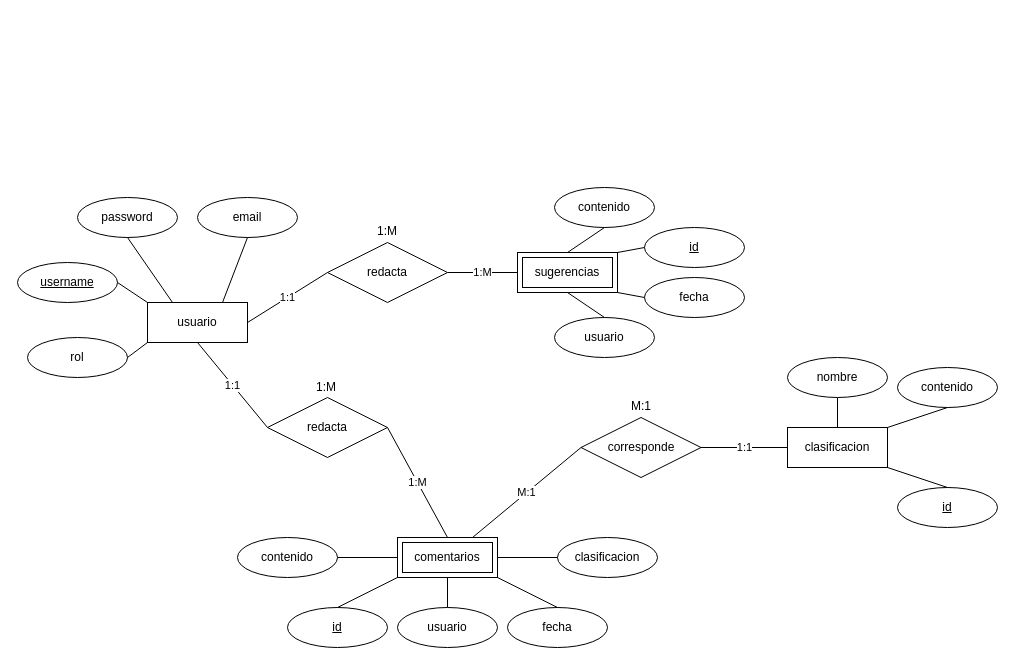
This is DOCUMENTACION/diagramas/entidadRelacion.drawio from cresb-49/PRACTICA-1-TEO1, a draw.io file, before an edit. Source tidied: cells renumbered, new cells numbered last; positions are measured from the earlier drawing's top-left corner, leaving out a move shared by most shapes. Both pictures are drawn from the tidied source at 100%, with x=0, y=0 at pixel (17, 187).
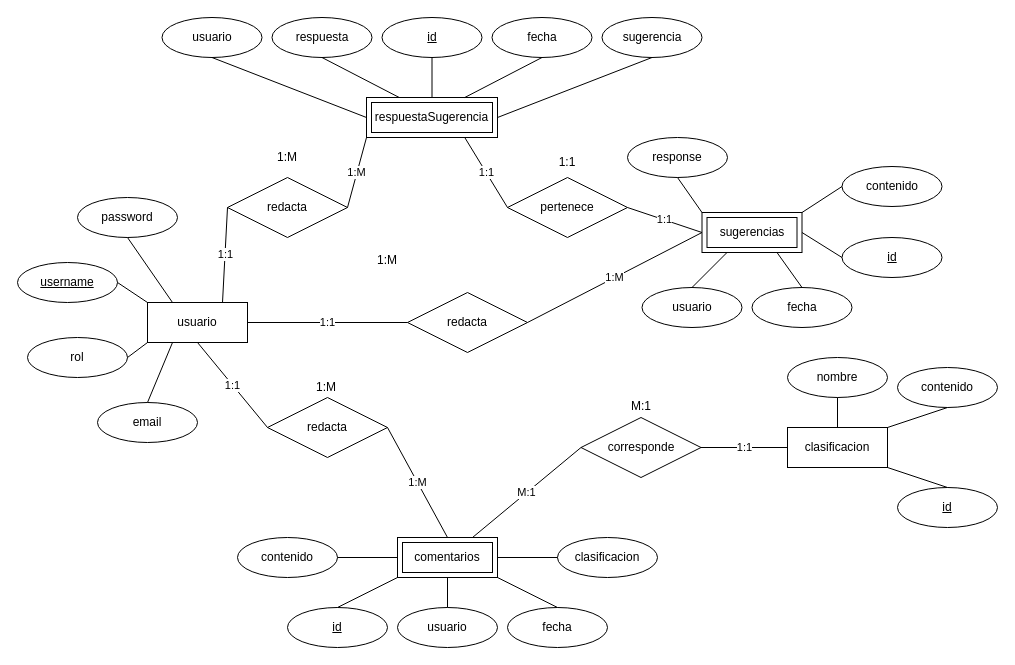
Above is the later version.

Unchanged cells that the change refers to:
```xml
<mxCell id="2" value="usuario" style="whiteSpace=wrap;html=1;align=center;" parent="1" vertex="1">
  <mxGeometry x="130" y="115" width="100" height="40" as="geometry" />
</mxCell>
```

The edit, as a diff of the source:
```diff
@@
     <mxCell id="5" value="email" style="ellipse;whiteSpace=wrap;html=1;align=center;" parent="1" vertex="1">
-      <mxGeometry x="180" y="10" width="100" height="40" as="geometry" />
+      <mxGeometry x="80" y="215" width="100" height="40" as="geometry" />
     </mxCell>
@@
-    <mxCell id="9" style="endArrow=none;html=1;entryX=0.5;entryY=1;entryDx=0;entryDy=0;exitX=0.75;exitY=0;exitDx=0;exitDy=0;" parent="1" edge="1" source="2" target="5">
+    <mxCell id="9" style="endArrow=none;html=1;entryX=0.5;entryY=0;entryDx=0;entryDy=0;exitX=0.25;exitY=1;exitDx=0;exitDy=0;" parent="1" edge="1" source="2" target="5">
       <mxGeometry relative="1" as="geometry" />
     </mxCell>
@@
     <mxCell id="28" value="id" style="ellipse;whiteSpace=wrap;html=1;align=center;fontStyle=4;" parent="1" vertex="1">
-      <mxGeometry x="627" y="40" width="100" height="40" as="geometry" />
+      <mxGeometry x="824.5" y="50" width="100" height="40" as="geometry" />
     </mxCell>
     <mxCell id="29" value="usuario" style="ellipse;whiteSpace=wrap;html=1;align=center;" parent="1" vertex="1">
-      <mxGeometry x="537" y="130" width="100" height="40" as="geometry" />
+      <mxGeometry x="624.5" y="100" width="100" height="40" as="geometry" />
     </mxCell>
     <mxCell id="30" value="fecha" style="ellipse;whiteSpace=wrap;html=1;align=center;" parent="1" vertex="1">
-      <mxGeometry x="627" y="90" width="100" height="40" as="geometry" />
+      <mxGeometry x="734.5" y="100" width="100" height="40" as="geometry" />
     </mxCell>
     <mxCell id="31" value="contenido" style="ellipse;whiteSpace=wrap;html=1;align=center;" parent="1" vertex="1">
-      <mxGeometry x="537" width="100" height="40" as="geometry" />
+      <mxGeometry x="824.5" y="-21" width="100" height="40" as="geometry" />
     </mxCell>
-    <mxCell id="32" style="endArrow=none;html=1;exitX=0.5;exitY=0;exitDx=0;exitDy=0;entryX=0.5;entryY=1;entryDx=0;entryDy=0;" parent="1" edge="1" target="31">
-      <mxGeometry relative="1" as="geometry">
-        <mxPoint x="550" y="65" as="sourcePoint" />
-      </mxGeometry>
+    <mxCell id="32" style="endArrow=none;html=1;exitX=1;exitY=0;exitDx=0;exitDy=0;entryX=0;entryY=0.5;entryDx=0;entryDy=0;" parent="1" edge="1" source="49" target="31">
+      <mxGeometry relative="1" as="geometry" />
     </mxCell>
-    <mxCell id="33" style="endArrow=none;html=1;exitX=1;exitY=0;exitDx=0;exitDy=0;" parent="1" edge="1">
-      <mxGeometry relative="1" as="geometry">
-        <mxPoint x="600" y="65" as="sourcePoint" />
-        <mxPoint x="627" y="60" as="targetPoint" />
-      </mxGeometry>
+    <mxCell id="33" style="endArrow=none;html=1;exitX=1;exitY=0.5;exitDx=0;exitDy=0;entryX=0;entryY=0.5;entryDx=0;entryDy=0;" parent="1" edge="1" source="49" target="28">
+      <mxGeometry relative="1" as="geometry" />
     </mxCell>
-    <mxCell id="34" style="endArrow=none;html=1;exitX=0;exitY=0.5;exitDx=0;exitDy=0;entryX=1;entryY=1;entryDx=0;entryDy=0;" parent="1" edge="1" source="30">
-      <mxGeometry relative="1" as="geometry">
-        <mxPoint x="600" y="105" as="targetPoint" />
-      </mxGeometry>
+    <mxCell id="34" style="endArrow=none;html=1;exitX=0.5;exitY=0;exitDx=0;exitDy=0;entryX=0.75;entryY=1;entryDx=0;entryDy=0;" parent="1" edge="1" source="30" target="49">
+      <mxGeometry relative="1" as="geometry" />
     </mxCell>
-    <mxCell id="35" style="endArrow=none;html=1;exitX=0.5;exitY=0;exitDx=0;exitDy=0;entryX=0.5;entryY=1;entryDx=0;entryDy=0;" parent="1" edge="1" source="29">
-      <mxGeometry relative="1" as="geometry">
-        <mxPoint x="550" y="105" as="targetPoint" />
-      </mxGeometry>
+    <mxCell id="35" style="endArrow=none;html=1;exitX=0.5;exitY=0;exitDx=0;exitDy=0;entryX=0.25;entryY=1;entryDx=0;entryDy=0;" parent="1" edge="1" source="29" target="49">
+      <mxGeometry relative="1" as="geometry" />
     </mxCell>
@@
     <mxCell id="42" value="redacta" style="shape=rhombus;perimeter=rhombusPerimeter;whiteSpace=wrap;html=1;align=center;" parent="1" vertex="1">
-      <mxGeometry x="310" y="55" width="120" height="60" as="geometry" />
+      <mxGeometry x="390" y="105" width="120" height="60" as="geometry" />
     </mxCell>
@@
     <mxCell id="44" value="1:M" style="endArrow=none;html=1;exitX=1;exitY=0.5;exitDx=0;exitDy=0;entryX=0;entryY=0.5;entryDx=0;entryDy=0;" parent="1" edge="1" source="42">
       <mxGeometry relative="1" as="geometry">
-        <mxPoint x="500" y="85" as="targetPoint" />
+        <mxPoint x="684.5" y="45" as="targetPoint" />
       </mxGeometry>
     </mxCell>
@@
     <mxCell id="46" value="1:M" style="text;html=1;strokeColor=none;fillColor=none;align=center;verticalAlign=middle;whiteSpace=wrap;rounded=0;" parent="1" vertex="1">
-      <mxGeometry x="340" y="29" width="60" height="30" as="geometry" />
+      <mxGeometry x="340" y="58" width="60" height="30" as="geometry" />
     </mxCell>
@@
     <mxCell id="49" value="sugerencias" style="shape=ext;margin=3;double=1;whiteSpace=wrap;html=1;align=center;" parent="1" vertex="1">
-      <mxGeometry x="500" y="65" width="100" height="40" as="geometry" />
+      <mxGeometry x="684.5" y="25" width="100" height="40" as="geometry" />
     </mxCell>
+    <mxCell id="50" value="respuesta" style="ellipse;whiteSpace=wrap;html=1;align=center;" parent="1" vertex="1">
+      <mxGeometry x="254.5" y="-170" width="100" height="40" as="geometry" />
+    </mxCell>
+    <mxCell id="51" value="response" style="ellipse;whiteSpace=wrap;html=1;align=center;" parent="1" vertex="1">
+      <mxGeometry x="610" y="-50" width="100" height="40" as="geometry" />
+    </mxCell>
+    <mxCell id="52" style="endArrow=none;html=1;entryX=0.5;entryY=1;entryDx=0;entryDy=0;exitX=0.25;exitY=0;exitDx=0;exitDy=0;" parent="1" edge="1" source="54" target="50">
+      <mxGeometry relative="1" as="geometry" />
+    </mxCell>
+    <mxCell id="53" style="endArrow=none;html=1;entryX=0.5;entryY=1;entryDx=0;entryDy=0;exitX=0;exitY=0;exitDx=0;exitDy=0;" parent="1" edge="1" source="49" target="51">
+      <mxGeometry relative="1" as="geometry" />
+    </mxCell>
+    <mxCell id="54" value="respuestaSugerencia" style="shape=ext;margin=3;double=1;whiteSpace=wrap;html=1;align=center;" parent="1" vertex="1">
+      <mxGeometry x="349" y="-90" width="131" height="40" as="geometry" />
+    </mxCell>
+    <mxCell id="55" value="id" style="ellipse;whiteSpace=wrap;html=1;align=center;fontStyle=4;" parent="1" vertex="1">
+      <mxGeometry x="364.5" y="-170" width="100" height="40" as="geometry" />
+    </mxCell>
+    <mxCell id="56" value="usuario" style="ellipse;whiteSpace=wrap;html=1;align=center;" parent="1" vertex="1">
+      <mxGeometry x="144.5" y="-170" width="100" height="40" as="geometry" />
+    </mxCell>
+    <mxCell id="57" value="sugerencia" style="ellipse;whiteSpace=wrap;html=1;align=center;" parent="1" vertex="1">
+      <mxGeometry x="584.5" y="-170" width="100" height="40" as="geometry" />
+    </mxCell>
+    <mxCell id="58" value="fecha" style="ellipse;whiteSpace=wrap;html=1;align=center;" parent="1" vertex="1">
+      <mxGeometry x="474.5" y="-170" width="100" height="40" as="geometry" />
+    </mxCell>
+    <mxCell id="59" style="endArrow=none;html=1;entryX=0.5;entryY=1;entryDx=0;entryDy=0;exitX=0;exitY=0.5;exitDx=0;exitDy=0;" parent="1" edge="1" source="54" target="56">
+      <mxGeometry relative="1" as="geometry" />
+    </mxCell>
+    <mxCell id="60" style="endArrow=none;html=1;entryX=0.5;entryY=1;entryDx=0;entryDy=0;exitX=0.5;exitY=0;exitDx=0;exitDy=0;" parent="1" edge="1" source="54" target="55">
+      <mxGeometry relative="1" as="geometry" />
+    </mxCell>
+    <mxCell id="61" style="endArrow=none;html=1;entryX=0.5;entryY=1;entryDx=0;entryDy=0;exitX=0.75;exitY=0;exitDx=0;exitDy=0;" parent="1" edge="1" source="54" target="58">
+      <mxGeometry relative="1" as="geometry" />
+    </mxCell>
+    <mxCell id="62" style="endArrow=none;html=1;entryX=0.5;entryY=1;entryDx=0;entryDy=0;exitX=1;exitY=0.5;exitDx=0;exitDy=0;" parent="1" edge="1" source="54" target="57">
+      <mxGeometry relative="1" as="geometry" />
+    </mxCell>
+    <mxCell id="63" value="redacta" style="shape=rhombus;perimeter=rhombusPerimeter;whiteSpace=wrap;html=1;align=center;" parent="1" vertex="1">
+      <mxGeometry x="210" y="-10" width="120" height="60" as="geometry" />
+    </mxCell>
+    <mxCell id="64" value="1:1" style="endArrow=none;html=1;exitX=0.75;exitY=0;exitDx=0;exitDy=0;entryX=0;entryY=0.5;entryDx=0;entryDy=0;" parent="1" edge="1" source="2" target="63">
+      <mxGeometry relative="1" as="geometry" />
+    </mxCell>
+    <mxCell id="65" value="1:M" style="endArrow=none;html=1;exitX=1;exitY=0.5;exitDx=0;exitDy=0;entryX=0;entryY=1;entryDx=0;entryDy=0;" parent="1" edge="1" source="63" target="54">
+      <mxGeometry relative="1" as="geometry" />
+    </mxCell>
+    <mxCell id="66" value="pertenece" style="shape=rhombus;perimeter=rhombusPerimeter;whiteSpace=wrap;html=1;align=center;" parent="1" vertex="1">
+      <mxGeometry x="490" y="-10" width="120" height="60" as="geometry" />
+    </mxCell>
+    <mxCell id="67" value="1:1" style="endArrow=none;html=1;entryX=0.75;entryY=1;entryDx=0;entryDy=0;exitX=0;exitY=0.5;exitDx=0;exitDy=0;" parent="1" edge="1" source="66" target="54">
+      <mxGeometry relative="1" as="geometry" />
+    </mxCell>
+    <mxCell id="68" value="1:1" style="endArrow=none;html=1;entryX=0;entryY=0.5;entryDx=0;entryDy=0;exitX=1;exitY=0.5;exitDx=0;exitDy=0;" parent="1" edge="1" source="66" target="49">
+      <mxGeometry relative="1" as="geometry" />
+    </mxCell>
+    <mxCell id="69" value="1:M" style="text;html=1;strokeColor=none;fillColor=none;align=center;verticalAlign=middle;whiteSpace=wrap;rounded=0;" parent="1" vertex="1">
+      <mxGeometry x="240" y="-45" width="60" height="30" as="geometry" />
+    </mxCell>
+    <mxCell id="70" value="1:1" style="text;html=1;strokeColor=none;fillColor=none;align=center;verticalAlign=middle;whiteSpace=wrap;rounded=0;" parent="1" vertex="1">
+      <mxGeometry x="520" y="-40" width="60" height="30" as="geometry" />
+    </mxCell>
```
